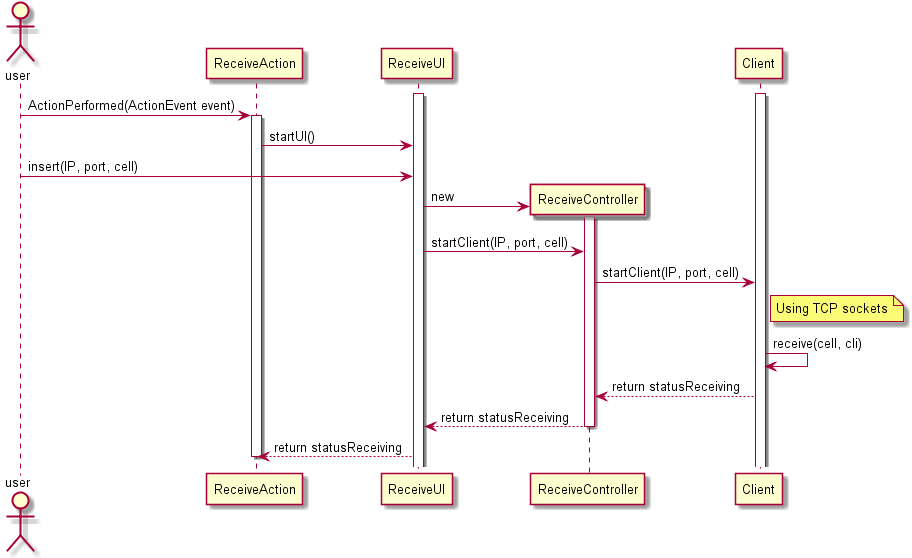
Above: docs/1100859/rail5_w1/diagrams/sd_receive_client.png in askpt/LAPR4 (PlantUML), before the change.
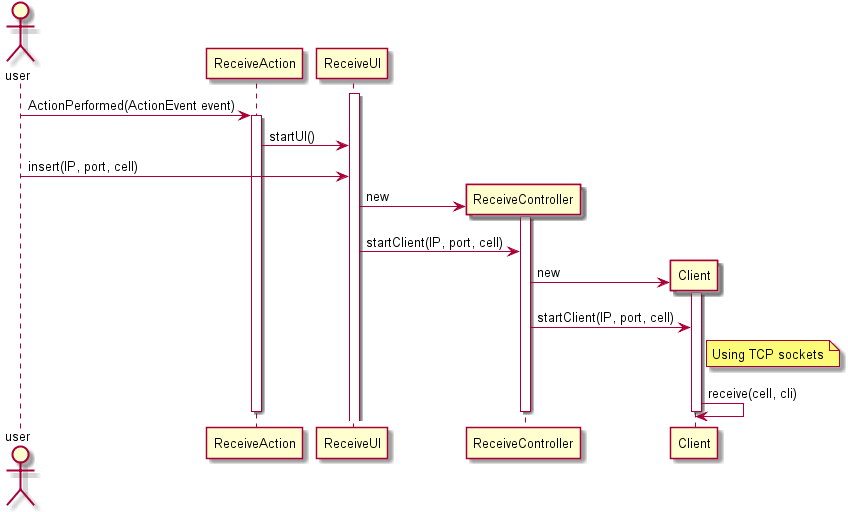
Later version of the same file.

Commit message:
1100859: Updated sequence diagrams for server and client ref #1 #2

Change to the diagram source:
```diff
@@ -7,7 +7,6 @@
 participant Client as cli
 
 activate rui
-activate cli
 us -> ra : ActionPerformed(ActionEvent event)
 activate ra
 ra -> rui : startUI()
@@ -16,15 +15,18 @@
 rui -> rc : new
 activate rc
 rui -> rc : startClient(IP, port, cell)
+
+Create cli
+
+rc -> cli : new
+activate cli
 rc -> cli : startClient(IP, port, cell)
 note right cli
 Using TCP sockets
 end note
 cli -> cli : receive(cell, cli)
-cli --> rc : return statusReceiving
-rc --> rui : return statusReceiving
+deactivate cli
 deactivate rc
-rui --> ra : return statusReceiving
 deactivate ra
 
 @enduml
```
